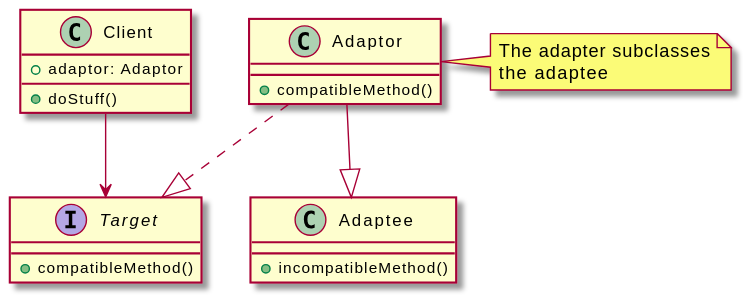
Above: images/design_patterns/class_class_adapter.svg in 2DGD-F0TH/2DGD_F0TH (PlantUML), before the change. Its diagram source:
```plantuml
@startuml
class Client{
    + adaptor: Adaptor
    + doStuff()
}

interface Target{
    + compatibleMethod()
}

class Adaptor{
    + compatibleMethod()
}

note right of Adaptor
    The adapter subclasses
    the adaptee
end note

class Adaptee{
    + incompatibleMethod()
}

Client --> Target
Adaptor ..|> Target
Adaptor --|> Adaptee
@enduml
```
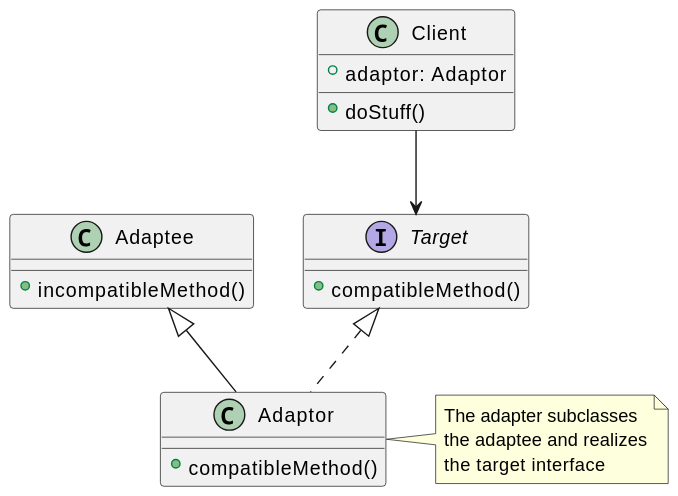
The same diagram one commit later.

The edit, as a diff of the source:
```diff
@@ -14,14 +14,15 @@
 
 note right of Adaptor
     The adapter subclasses
-    the adaptee
+    the adaptee and realizes
+    the target interface
 end note
 
 class Adaptee{
     + incompatibleMethod()
 }
 
-Client --> Target
-Adaptor ..|> Target
-Adaptor --|> Adaptee
+Client -down-> Target
+Adaptor .up.|> Target
+Adaptor -up-|> Adaptee
 @enduml
```
